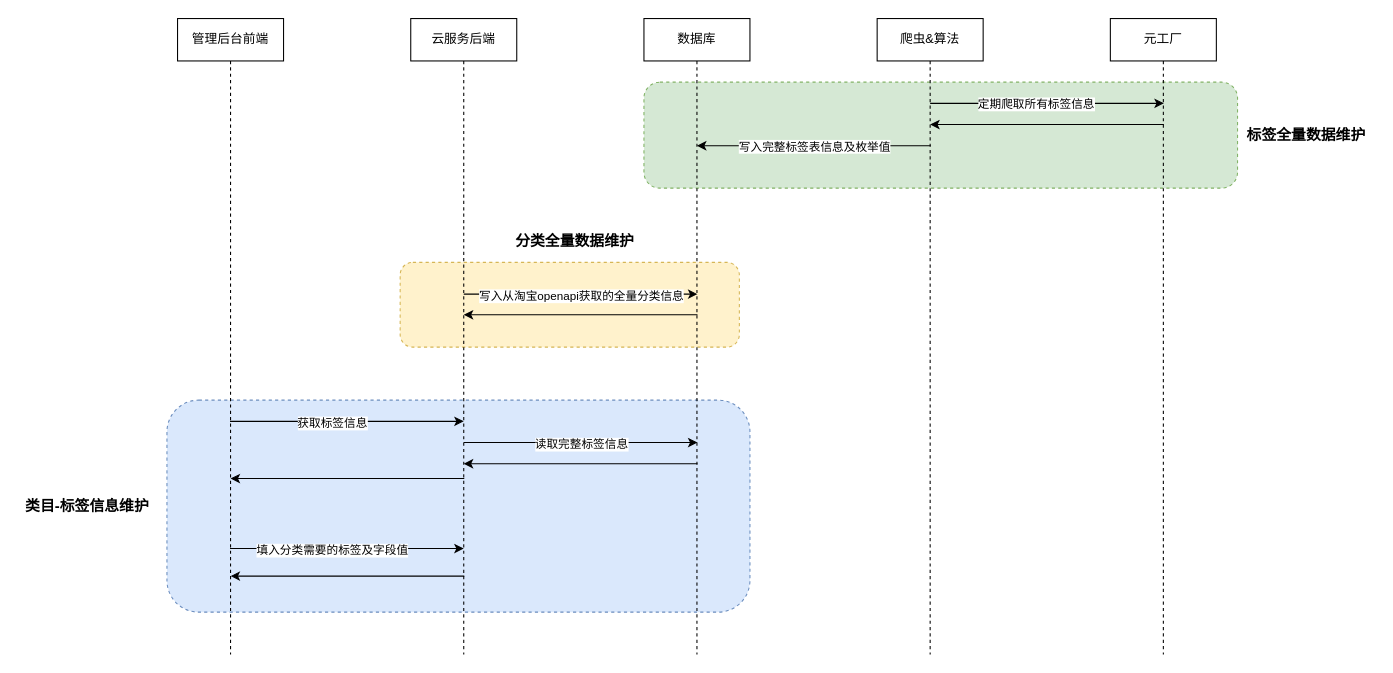
Above: page "京准通-类别-标签信息管理" (6 of 9) of docs/cloud-service.drawio in caijiatao/go-lib (draw.io), before the change. Source tidied: cells renumbered, new cells numbered last; positions are measured from the earlier drawing's top-left corner, leaving out a move shared by most shapes. Both pictures are drawn from the tidied source at 106%, with x=0, y=0 at pixel (18, 18).
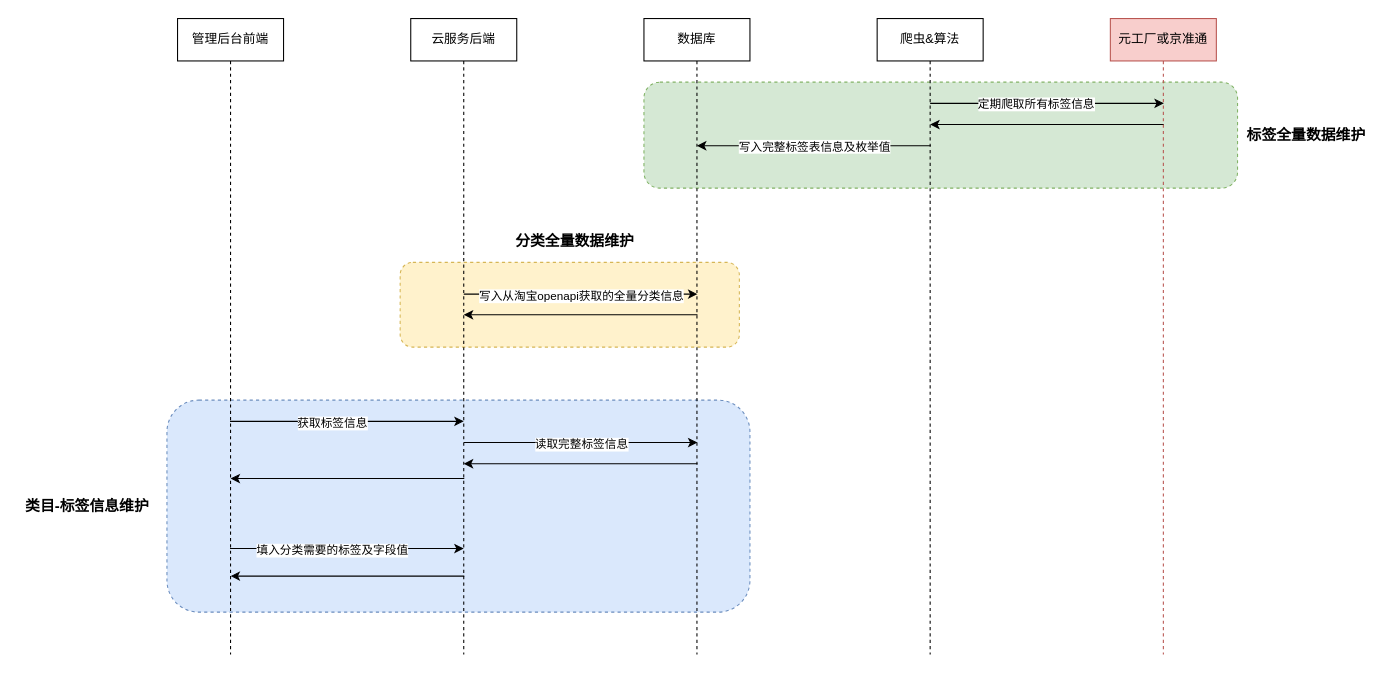
The same diagram, later.

Change to the diagram source:
```diff
@@
-    <mxCell id="13" value="元工厂" style="shape=umlLifeline;perimeter=lifelinePerimeter;whiteSpace=wrap;html=1;newEdgeStyle={&quot;edgeStyle&quot;:&quot;elbowEdgeStyle&quot;,&quot;elbow&quot;:&quot;vertical&quot;,&quot;curved&quot;:0,&quot;rounded&quot;:0};" parent="1" vertex="1">
+    <mxCell id="13" value="元工厂或京准通" style="shape=umlLifeline;perimeter=lifelinePerimeter;whiteSpace=wrap;html=1;newEdgeStyle={&quot;edgeStyle&quot;:&quot;elbowEdgeStyle&quot;,&quot;elbow&quot;:&quot;vertical&quot;,&quot;curved&quot;:0,&quot;rounded&quot;:0};fillColor=#f8cecc;strokeColor=#b85450;" parent="1" vertex="1">
       <mxGeometry x="1030" width="100" height="600" as="geometry" />
     </mxCell>
```
